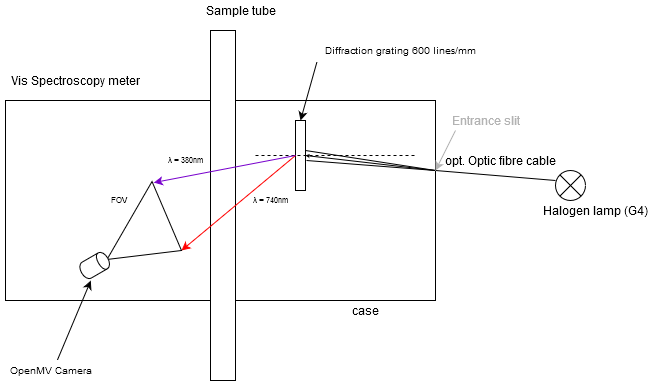
PXL-Embedded-AI/repo keeps this draw.io diagram as Spectroscopy/Theory/Spectroscopy/Spectroscopy-testmodel.png. Above is the earlier version. Source tidied: cells renumbered, new cells last; positions are measured from the earlier drawing's top-left corner, leaving out a move shared by most shapes. Source of this version:
```xml
<mxGraphModel>
  <root>
    <mxCell id="0" />
    <mxCell id="1" parent="0" />
    <mxCell id="2" style="rounded=0;whiteSpace=wrap;html=1;fillColor=#ffffff;" parent="1" vertex="1">
      <mxGeometry x="5" y="100" width="430" height="200" as="geometry" />
    </mxCell>
    <mxCell id="3" style="rounded=0;whiteSpace=wrap;html=1;" parent="1" vertex="1">
      <mxGeometry x="210" y="30" width="25" height="350" as="geometry" />
    </mxCell>
    <mxCell id="4" style="endArrow=none;html=1;" parent="1" edge="1">
      <mxGeometry relative="1" as="geometry">
        <mxPoint x="435" y="170" as="sourcePoint" />
        <mxPoint x="555" y="180" as="targetPoint" />
      </mxGeometry>
    </mxCell>
    <mxCell id="5" value="opt. Optic fibre cable" style="text;html=1;align=center;verticalAlign=middle;" parent="1" vertex="1">
      <mxGeometry x="435" y="150" width="130" height="20" as="geometry" />
    </mxCell>
    <mxCell id="6" style="endArrow=none;html=1;" parent="1" edge="1">
      <mxGeometry relative="1" as="geometry">
        <mxPoint x="306" y="160" as="sourcePoint" />
        <mxPoint x="435" y="170" as="targetPoint" />
      </mxGeometry>
    </mxCell>
    <mxCell id="7" style="endArrow=none;html=1;" parent="1" edge="1">
      <mxGeometry relative="1" as="geometry">
        <mxPoint x="305" y="150" as="sourcePoint" />
        <mxPoint x="435" y="170" as="targetPoint" />
      </mxGeometry>
    </mxCell>
    <mxCell id="8" style="rounded=0;whiteSpace=wrap;html=1;fillColor=#ffffff;" parent="1" vertex="1">
      <mxGeometry x="295" y="120" width="10" height="70" as="geometry" />
    </mxCell>
    <mxCell id="9" style="endArrow=none;dashed=1;html=1;" parent="1" edge="1">
      <mxGeometry relative="1" as="geometry">
        <mxPoint x="255" y="155" as="sourcePoint" />
        <mxPoint x="415" y="155" as="targetPoint" />
      </mxGeometry>
    </mxCell>
    <mxCell id="10" style="endArrow=classic;html=1;entryX=1;entryY=0.5;entryDx=0;entryDy=0;endSize=1;" parent="1" edge="1" target="8">
      <mxGeometry relative="1" as="geometry">
        <mxPoint x="435" y="170" as="sourcePoint" />
      </mxGeometry>
    </mxCell>
    <mxCell id="11" style="endArrow=classic;html=1;exitX=0;exitY=0.5;exitDx=0;exitDy=0;fillColor=#e51400;strokeColor=#FF0000;entryX=1;entryY=0.5;entryDx=0;entryDy=0;" parent="1" edge="1" source="8" target="17">
      <mxGeometry relative="1" as="geometry" />
    </mxCell>
    <mxCell id="12" style="endArrow=classic;html=1;exitX=0;exitY=0.5;exitDx=0;exitDy=0;fillColor=#aa00ff;strokeColor=#7700CC;entryX=0.035;entryY=0;entryDx=0;entryDy=0;entryPerimeter=0;" parent="1" edge="1" source="8" target="17">
      <mxGeometry relative="1" as="geometry" />
    </mxCell>
    <mxCell id="13" value="Sample tube" style="text;html=1;align=center;verticalAlign=middle;" parent="1" vertex="1">
      <mxGeometry x="195" width="90" height="20" as="geometry" />
    </mxCell>
    <mxCell id="14" style="shape=sumEllipse;perimeter=ellipsePerimeter;whiteSpace=wrap;html=1;backgroundOutline=1;fillColor=#ffffff;" parent="1" vertex="1">
      <mxGeometry x="555" y="170" width="30" height="30" as="geometry" />
    </mxCell>
    <mxCell id="15" value="Halogen lamp (G4)" style="text;html=1;align=center;verticalAlign=middle;" parent="1" vertex="1">
      <mxGeometry x="535" y="200" width="120" height="20" as="geometry" />
    </mxCell>
    <mxCell id="16" value="Diffraction grating 600 lines/mm" style="text;html=1;align=center;verticalAlign=middle;points=[];fontSize=10;" parent="1" vertex="1">
      <mxGeometry x="315" y="40" width="170" height="20" as="geometry" />
    </mxCell>
    <mxCell id="17" style="triangle;whiteSpace=wrap;html=1;fillColor=#ffffff;fontSize=8;rotation=30;" parent="1" vertex="1">
      <mxGeometry x="125" y="190" width="60" height="90" as="geometry" />
    </mxCell>
    <mxCell id="18" style="shape=cylinder;whiteSpace=wrap;html=1;boundedLbl=1;backgroundOutline=1;fillColor=#ffffff;fontSize=8;rotation=60;" parent="1" vertex="1">
      <mxGeometry x="85" y="250" width="18.4" height="30" as="geometry" />
    </mxCell>
    <mxCell id="19" value="OpenMV Camera" style="text;html=1;align=center;verticalAlign=middle;points=[];fontSize=10;" parent="1" vertex="1">
      <mxGeometry y="360" width="100" height="20" as="geometry" />
    </mxCell>
    <mxCell id="20" value="FOV" style="text;html=1;align=center;verticalAlign=middle;fontSize=8;" parent="1" vertex="1">
      <mxGeometry x="103.4" y="190" width="30" height="20" as="geometry" />
    </mxCell>
    <mxCell id="21" value="λ =&lt;b&gt; &lt;/b&gt;380nm" style="text;html=1;align=center;verticalAlign=middle;fontSize=8;" parent="1" vertex="1">
      <mxGeometry x="160" y="150" width="50" height="20" as="geometry" />
    </mxCell>
    <mxCell id="22" value="λ =&lt;b&gt; &lt;/b&gt;740nm" style="text;html=1;align=center;verticalAlign=middle;fontSize=8;" parent="1" vertex="1">
      <mxGeometry x="245" y="190" width="50" height="20" as="geometry" />
    </mxCell>
    <mxCell id="23" value="case" style="text;html=1;align=center;verticalAlign=middle;fontSize=12;" parent="1" vertex="1">
      <mxGeometry x="345" y="300" width="40" height="20" as="geometry" />
    </mxCell>
    <mxCell id="24" value="Vis Spectroscopy meter" style="text;html=1;align=center;verticalAlign=middle;fontSize=12;" parent="1" vertex="1">
      <mxGeometry x="5" y="70" width="140" height="20" as="geometry" />
    </mxCell>
    <mxCell id="25" value="Entrance slit" style="endArrow=classic;html=1;strokeColor=#B3B3B3;fontSize=12;fontColor=#B3B3B3;" parent="1" edge="1">
      <mxGeometry x="-1" y="32" relative="1" as="geometry">
        <mxPoint x="455" y="130" as="sourcePoint" />
        <mxPoint x="435" y="170" as="targetPoint" />
        <mxPoint x="1" y="-24" as="offset" />
      </mxGeometry>
    </mxCell>
    <mxCell id="26" style="endArrow=classic;html=1;fontSize=10;entryX=0.5;entryY=0;entryDx=0;entryDy=0;exitX=0.009;exitY=1.057;exitDx=0;exitDy=0;exitPerimeter=0;" parent="1" edge="1" source="16" target="8">
      <mxGeometry relative="1" as="geometry" />
    </mxCell>
    <mxCell id="27" style="endArrow=classic;html=1;fontSize=10;entryX=1.109;entryY=0.865;entryDx=0;entryDy=0;entryPerimeter=0;exitX=0.569;exitY=-0.021;exitDx=0;exitDy=0;exitPerimeter=0;" parent="1" edge="1" source="19" target="18">
      <mxGeometry relative="1" as="geometry" />
    </mxCell>
  </root>
</mxGraphModel>
```
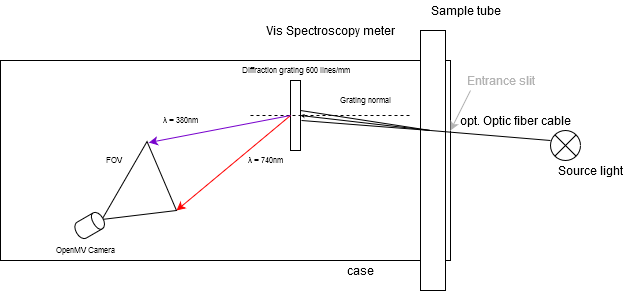
After the commit.

Commit message:
Update spectroscopy theory

Change to the diagram source:
```diff
@@ -3,10 +3,10 @@
     <mxCell id="0" />
     <mxCell id="1" parent="0" />
     <mxCell id="2" style="rounded=0;whiteSpace=wrap;html=1;fillColor=#ffffff;" parent="1" vertex="1">
-      <mxGeometry x="5" y="100" width="430" height="200" as="geometry" />
+      <mxGeometry x="5" y="100" width="450" height="200" as="geometry" />
     </mxCell>
     <mxCell id="3" style="rounded=0;whiteSpace=wrap;html=1;" parent="1" vertex="1">
-      <mxGeometry x="210" y="30" width="25" height="350" as="geometry" />
+      <mxGeometry x="425" y="70" width="25" height="260" as="geometry" />
     </mxCell>
     <mxCell id="4" style="endArrow=none;html=1;" parent="1" edge="1">
       <mxGeometry relative="1" as="geometry">
@@ -14,8 +14,8 @@
         <mxPoint x="555" y="180" as="targetPoint" />
       </mxGeometry>
     </mxCell>
-    <mxCell id="5" value="opt. Optic fibre cable" style="text;html=1;align=center;verticalAlign=middle;" parent="1" vertex="1">
-      <mxGeometry x="435" y="150" width="130" height="20" as="geometry" />
+    <mxCell id="5" value="opt. Optic fiber cable" style="text;html=1;align=center;verticalAlign=middle;" parent="1" vertex="1">
+      <mxGeometry x="455" y="150" width="130" height="20" as="geometry" />
     </mxCell>
     <mxCell id="6" style="endArrow=none;html=1;" parent="1" edge="1">
       <mxGeometry relative="1" as="geometry">
@@ -43,6 +43,9 @@
         <mxPoint x="435" y="170" as="sourcePoint" />
       </mxGeometry>
     </mxCell>
+    <mxCell id="28" value="Grating normal" style="text;html=1;align=center;verticalAlign=middle;fontSize=8;" parent="1" vertex="1">
+      <mxGeometry x="335" y="130" width="70" height="20" as="geometry" />
+    </mxCell>
     <mxCell id="11" style="endArrow=classic;html=1;exitX=0;exitY=0.5;exitDx=0;exitDy=0;fillColor=#e51400;strokeColor=#FF0000;entryX=1;entryY=0.5;entryDx=0;entryDy=0;" parent="1" edge="1" source="8" target="17">
       <mxGeometry relative="1" as="geometry" />
     </mxCell>
@@ -50,16 +53,16 @@
       <mxGeometry relative="1" as="geometry" />
     </mxCell>
     <mxCell id="13" value="Sample tube" style="text;html=1;align=center;verticalAlign=middle;" parent="1" vertex="1">
-      <mxGeometry x="195" width="90" height="20" as="geometry" />
+      <mxGeometry x="425" y="40" width="90" height="20" as="geometry" />
     </mxCell>
     <mxCell id="14" style="shape=sumEllipse;perimeter=ellipsePerimeter;whiteSpace=wrap;html=1;backgroundOutline=1;fillColor=#ffffff;" parent="1" vertex="1">
       <mxGeometry x="555" y="170" width="30" height="30" as="geometry" />
     </mxCell>
-    <mxCell id="15" value="Halogen lamp (G4)" style="text;html=1;align=center;verticalAlign=middle;" parent="1" vertex="1">
-      <mxGeometry x="535" y="200" width="120" height="20" as="geometry" />
+    <mxCell id="15" value="Source light" style="text;html=1;align=center;verticalAlign=middle;" parent="1" vertex="1">
+      <mxGeometry x="555" y="200" width="80" height="20" as="geometry" />
     </mxCell>
-    <mxCell id="16" value="Diffraction grating 600 lines/mm" style="text;html=1;align=center;verticalAlign=middle;points=[];fontSize=10;" parent="1" vertex="1">
-      <mxGeometry x="315" y="40" width="170" height="20" as="geometry" />
+    <mxCell id="16" value="Diffraction grating 600 lines/mm" style="text;html=1;align=center;verticalAlign=middle;points=[];fontSize=8;" parent="1" vertex="1">
+      <mxGeometry x="240" y="100" width="120" height="20" as="geometry" />
     </mxCell>
     <mxCell id="17" style="triangle;whiteSpace=wrap;html=1;fillColor=#ffffff;fontSize=8;rotation=30;" parent="1" vertex="1">
       <mxGeometry x="125" y="190" width="60" height="90" as="geometry" />
@@ -67,8 +70,8 @@
     <mxCell id="18" style="shape=cylinder;whiteSpace=wrap;html=1;boundedLbl=1;backgroundOutline=1;fillColor=#ffffff;fontSize=8;rotation=60;" parent="1" vertex="1">
       <mxGeometry x="85" y="250" width="18.4" height="30" as="geometry" />
     </mxCell>
-    <mxCell id="19" value="OpenMV Camera" style="text;html=1;align=center;verticalAlign=middle;points=[];fontSize=10;" parent="1" vertex="1">
-      <mxGeometry y="360" width="100" height="20" as="geometry" />
+    <mxCell id="19" value="OpenMV Camera" style="text;html=1;align=center;verticalAlign=middle;points=[];fontSize=8;" parent="1" vertex="1">
+      <mxGeometry x="55" y="280" width="70" height="20" as="geometry" />
     </mxCell>
     <mxCell id="20" value="FOV" style="text;html=1;align=center;verticalAlign=middle;fontSize=8;" parent="1" vertex="1">
       <mxGeometry x="103.4" y="190" width="30" height="20" as="geometry" />
@@ -83,20 +86,14 @@
       <mxGeometry x="345" y="300" width="40" height="20" as="geometry" />
     </mxCell>
     <mxCell id="24" value="Vis Spectroscopy meter" style="text;html=1;align=center;verticalAlign=middle;fontSize=12;" parent="1" vertex="1">
-      <mxGeometry x="5" y="70" width="140" height="20" as="geometry" />
+      <mxGeometry x="265" y="60" width="140" height="20" as="geometry" />
     </mxCell>
     <mxCell id="25" value="Entrance slit" style="endArrow=classic;html=1;strokeColor=#B3B3B3;fontSize=12;fontColor=#B3B3B3;" parent="1" edge="1">
       <mxGeometry x="-1" y="32" relative="1" as="geometry">
-        <mxPoint x="455" y="130" as="sourcePoint" />
-        <mxPoint x="435" y="170" as="targetPoint" />
+        <mxPoint x="475" y="130" as="sourcePoint" />
+        <mxPoint x="455" y="170" as="targetPoint" />
         <mxPoint x="1" y="-24" as="offset" />
       </mxGeometry>
     </mxCell>
-    <mxCell id="26" style="endArrow=classic;html=1;fontSize=10;entryX=0.5;entryY=0;entryDx=0;entryDy=0;exitX=0.009;exitY=1.057;exitDx=0;exitDy=0;exitPerimeter=0;" parent="1" edge="1" source="16" target="8">
-      <mxGeometry relative="1" as="geometry" />
-    </mxCell>
-    <mxCell id="27" style="endArrow=classic;html=1;fontSize=10;entryX=1.109;entryY=0.865;entryDx=0;entryDy=0;entryPerimeter=0;exitX=0.569;exitY=-0.021;exitDx=0;exitDy=0;exitPerimeter=0;" parent="1" edge="1" source="19" target="18">
-      <mxGeometry relative="1" as="geometry" />
-    </mxCell>
   </root>
 </mxGraphModel>
```
